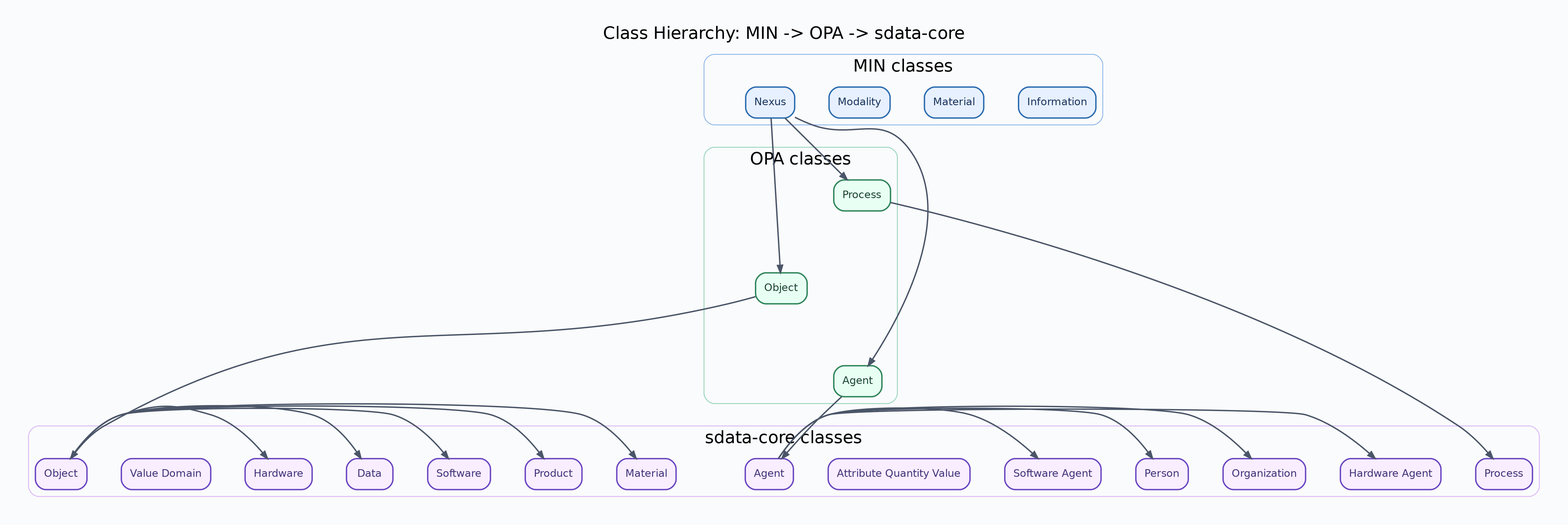
lepy/sdata-ontology keeps this Graphviz diagram as docs/diagrams/sdata-min-opa-core-hierarchy.png. Above is the earlier version. Its source is kept beside it as docs/diagrams/sdata-min-opa-core-hierarchy.dot. The source it was exported from:
```dot
digraph "" {
	graph [bgcolor="#FAFBFC",
		compound=true,
		fontname=Helvetica,
		fontsize=20,
		label="Class Hierarchy: MIN -> OPA -> sdata-core",
		labeljust=c,
		labelloc=t,
		newrank=true,
		nodesep=0.55,
		overlap=false,
		pad=0.35,
		rankdir=TB,
		ranksep=1.0,
		splines=true
	];
	node [fontname=Helvetica,
		fontsize=12,
		label="\N",
		margin="0.14,0.08",
		penwidth=1.6,
		shape=box,
		style="filled,rounded"
	];
	edge [arrowsize=0.85,
		color="#4A5568",
		fontname=Helvetica,
		penwidth=1.6
	];
	subgraph cluster_sdata {
		graph [color="#D9B8F7",
			label="sdata-core classes",
			rank=sink,
			style=rounded
		];
		"https://w3id.org/sdata/core/Agent"	[color="#6B46C1",
			fillcolor="#F8EEFF",
			fontcolor="#44337A",
			label=Agent];
		"https://w3id.org/sdata/core/AttributeQuantityValue"	[color="#6B46C1",
			fillcolor="#F8EEFF",
			fontcolor="#44337A",
			label="Attribute Quantity Value"];
		"https://w3id.org/sdata/core/Data"	[color="#6B46C1",
			fillcolor="#F8EEFF",
			fontcolor="#44337A",
			label=Data];
		"https://w3id.org/sdata/core/Hardware"	[color="#6B46C1",
			fillcolor="#F8EEFF",
			fontcolor="#44337A",
			label=Hardware];
		"https://w3id.org/sdata/core/HardwareAgent"	[color="#6B46C1",
			fillcolor="#F8EEFF",
			fontcolor="#44337A",
			label="Hardware Agent"];
		"https://w3id.org/sdata/core/Material"	[color="#6B46C1",
			fillcolor="#F8EEFF",
			fontcolor="#44337A",
			label=Material];
		"https://w3id.org/sdata/core/Object"	[color="#6B46C1",
			fillcolor="#F8EEFF",
			fontcolor="#44337A",
			label=Object];
		"https://w3id.org/sdata/core/Organization"	[color="#6B46C1",
			fillcolor="#F8EEFF",
			fontcolor="#44337A",
			label=Organization];
		"https://w3id.org/sdata/core/Person"	[color="#6B46C1",
			fillcolor="#F8EEFF",
			fontcolor="#44337A",
			label=Person];
		"https://w3id.org/sdata/core/Process"	[color="#6B46C1",
			fillcolor="#F8EEFF",
			fontcolor="#44337A",
			label=Process];
		"https://w3id.org/sdata/core/Product"	[color="#6B46C1",
			fillcolor="#F8EEFF",
			fontcolor="#44337A",
			label=Product];
		"https://w3id.org/sdata/core/Software"	[color="#6B46C1",
			fillcolor="#F8EEFF",
			fontcolor="#44337A",
			label=Software];
		"https://w3id.org/sdata/core/SoftwareAgent"	[color="#6B46C1",
			fillcolor="#F8EEFF",
			fontcolor="#44337A",
			label="Software Agent"];
		"https://w3id.org/sdata/core/ValueDomain"	[color="#6B46C1",
			fillcolor="#F8EEFF",
			fontcolor="#44337A",
			label="Value Domain"];
		__rank_anchor_sdata	[height=0.01,
			label="",
			shape=point,
			style=invis,
			width=0.01];
	}
	subgraph cluster_opa {
		graph [color="#97D5BA",
			label="OPA classes",
			style=rounded
		];
		"https://w3id.org/opa#Agent"	[color="#2F855A",
			fillcolor="#E8FFF4",
			fontcolor="#1C4532",
			label=Agent];
		"https://w3id.org/opa#Object"	[color="#2F855A",
			fillcolor="#E8FFF4",
			fontcolor="#1C4532",
			label=Object];
		"https://w3id.org/opa#Process"	[color="#2F855A",
			fillcolor="#E8FFF4",
			fontcolor="#1C4532",
			label=Process];
		__rank_anchor_opa	[height=0.01,
			label="",
			shape=point,
			style=invis,
			width=0.01];
	}
	subgraph cluster_min {
		graph [color="#8FB7EA",
			label="MIN classes",
			rank=source,
			style=rounded
		];
		"https://w3id.org/min#Information"	[color="#2B6CB0",
			fillcolor="#E7F0FF",
			fontcolor="#1A365D",
			label=Information];
		"https://w3id.org/min#Material"	[color="#2B6CB0",
			fillcolor="#E7F0FF",
			fontcolor="#1A365D",
			label=Material];
		"https://w3id.org/min#Modality"	[color="#2B6CB0",
			fillcolor="#E7F0FF",
			fontcolor="#1A365D",
			label=Modality];
		"https://w3id.org/min#Nexus"	[color="#2B6CB0",
			fillcolor="#E7F0FF",
			fontcolor="#1A365D",
			label=Nexus];
		__rank_anchor_min	[height=0.01,
			label="",
			shape=point,
			style=invis,
			width=0.01];
	}
	"https://w3id.org/min#Nexus" -> "https://w3id.org/opa#Agent";
	"https://w3id.org/min#Nexus" -> "https://w3id.org/opa#Object";
	"https://w3id.org/min#Nexus" -> "https://w3id.org/opa#Process";
	"https://w3id.org/opa#Agent" -> "https://w3id.org/sdata/core/Agent";
	"https://w3id.org/opa#Object" -> "https://w3id.org/sdata/core/Object";
	"https://w3id.org/opa#Process" -> "https://w3id.org/sdata/core/Process";
	"https://w3id.org/sdata/core/Agent" -> "https://w3id.org/sdata/core/HardwareAgent";
	"https://w3id.org/sdata/core/Agent" -> "https://w3id.org/sdata/core/Organization";
	"https://w3id.org/sdata/core/Agent" -> "https://w3id.org/sdata/core/Person";
	"https://w3id.org/sdata/core/Agent" -> "https://w3id.org/sdata/core/SoftwareAgent";
	"https://w3id.org/sdata/core/Object" -> "https://w3id.org/sdata/core/Data";
	"https://w3id.org/sdata/core/Object" -> "https://w3id.org/sdata/core/Hardware";
	"https://w3id.org/sdata/core/Object" -> "https://w3id.org/sdata/core/Material";
	"https://w3id.org/sdata/core/Object" -> "https://w3id.org/sdata/core/Product";
	"https://w3id.org/sdata/core/Object" -> "https://w3id.org/sdata/core/Software";
	__rank_anchor_min -> __rank_anchor_opa	[color="#FFFFFF",
		constraint=true,
		lhead=cluster_opa,
		ltail=cluster_min,
		minlen=2,
		style=invis,
		weight=200];
	__rank_anchor_opa -> __rank_anchor_sdata	[color="#FFFFFF",
		constraint=true,
		lhead=cluster_sdata,
		ltail=cluster_opa,
		minlen=2,
		style=invis,
		weight=200];
}
```
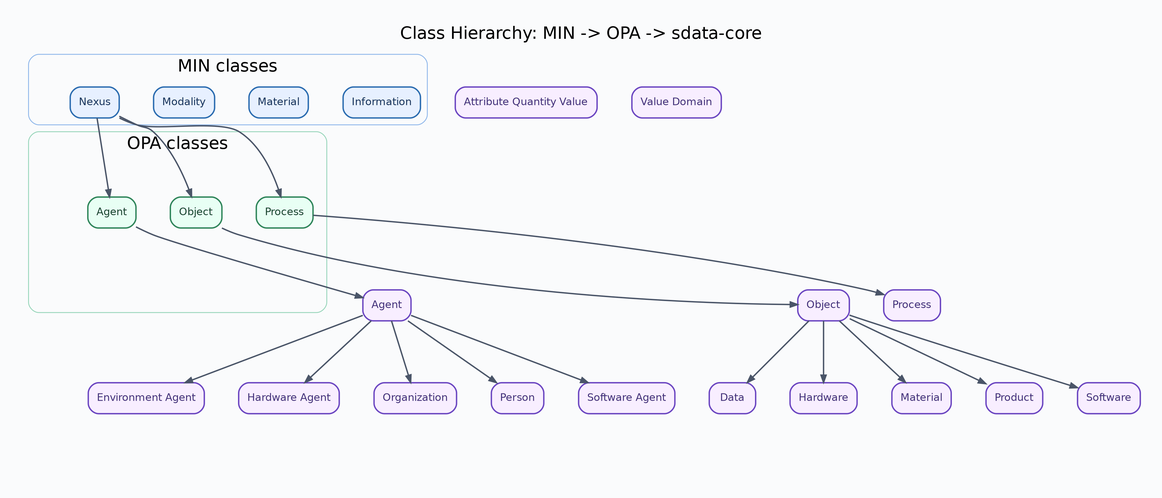
The same file after the commit.

Change to the diagram source:
```diff
@@ -27,20 +27,55 @@
 		fontname=Helvetica,
 		penwidth=1.6
 	];
-	subgraph cluster_sdata {
-		graph [color="#D9B8F7",
-			label="sdata-core classes",
-			rank=sink,
+	subgraph cluster_opa {
+		graph [color="#97D5BA",
+			label="OPA classes",
 			style=rounded
+		];
+		subgraph cluster_opa_rank {
+			graph [rank=same,
+				style=invis
+			];
+			"https://w3id.org/opa#Agent"	[color="#2F855A",
+				fillcolor="#E8FFF4",
+				fontcolor="#1C4532",
+				label=Agent];
+			"https://w3id.org/opa#Object"	[color="#2F855A",
+				fillcolor="#E8FFF4",
+				fontcolor="#1C4532",
+				label=Object];
+			"https://w3id.org/opa#Process"	[color="#2F855A",
+				fillcolor="#E8FFF4",
+				fontcolor="#1C4532",
+				label=Process];
+		}
+		__rank_anchor_opa	[height=0.01,
+			label="",
+			shape=point,
+			style=invis,
+			width=0.01];
+	}
+	subgraph sdata_rank_top {
+		graph [rank=same,
+			style=invis
 		];
 		"https://w3id.org/sdata/core/Agent"	[color="#6B46C1",
 			fillcolor="#F8EEFF",
 			fontcolor="#44337A",
 			label=Agent];
-		"https://w3id.org/sdata/core/AttributeQuantityValue"	[color="#6B46C1",
+		"https://w3id.org/sdata/core/Object"	[color="#6B46C1",
 			fillcolor="#F8EEFF",
 			fontcolor="#44337A",
-			label="Attribute Quantity Value"];
+			label=Object];
+		"https://w3id.org/sdata/core/Process"	[color="#6B46C1",
+			fillcolor="#F8EEFF",
+			fontcolor="#44337A",
+			label=Process];
+	}
+	subgraph sdata_rank_object_children {
+		graph [rank=same,
+			style=invis
+		];
 		"https://w3id.org/sdata/core/Data"	[color="#6B46C1",
 			fillcolor="#F8EEFF",
 			fontcolor="#44337A",
@@ -49,18 +84,31 @@
 			fillcolor="#F8EEFF",
 			fontcolor="#44337A",
 			label=Hardware];
+		"https://w3id.org/sdata/core/Material"	[color="#6B46C1",
+			fillcolor="#F8EEFF",
+			fontcolor="#44337A",
+			label=Material];
+		"https://w3id.org/sdata/core/Product"	[color="#6B46C1",
+			fillcolor="#F8EEFF",
+			fontcolor="#44337A",
+			label=Product];
+		"https://w3id.org/sdata/core/Software"	[color="#6B46C1",
+			fillcolor="#F8EEFF",
+			fontcolor="#44337A",
+			label=Software];
+	}
+	subgraph sdata_rank_agent_children {
+		graph [rank=same,
+			style=invis
+		];
+		"https://w3id.org/sdata/core/EnvironmentAgent"	[color="#6B46C1",
+			fillcolor="#F8EEFF",
+			fontcolor="#44337A",
+			label="Environment Agent"];
 		"https://w3id.org/sdata/core/HardwareAgent"	[color="#6B46C1",
 			fillcolor="#F8EEFF",
 			fontcolor="#44337A",
 			label="Hardware Agent"];
-		"https://w3id.org/sdata/core/Material"	[color="#6B46C1",
-			fillcolor="#F8EEFF",
-			fontcolor="#44337A",
-			label=Material];
-		"https://w3id.org/sdata/core/Object"	[color="#6B46C1",
-			fillcolor="#F8EEFF",
-			fontcolor="#44337A",
-			label=Object];
 		"https://w3id.org/sdata/core/Organization"	[color="#6B46C1",
 			fillcolor="#F8EEFF",
 			fontcolor="#44337A",
@@ -69,54 +117,23 @@
 			fillcolor="#F8EEFF",
 			fontcolor="#44337A",
 			label=Person];
-		"https://w3id.org/sdata/core/Process"	[color="#6B46C1",
-			fillcolor="#F8EEFF",
-			fontcolor="#44337A",
-			label=Process];
-		"https://w3id.org/sdata/core/Product"	[color="#6B46C1",
-			fillcolor="#F8EEFF",
-			fontcolor="#44337A",
-			label=Product];
-		"https://w3id.org/sdata/core/Software"	[color="#6B46C1",
-			fillcolor="#F8EEFF",
-			fontcolor="#44337A",
-			label=Software];
 		"https://w3id.org/sdata/core/SoftwareAgent"	[color="#6B46C1",
 			fillcolor="#F8EEFF",
 			fontcolor="#44337A",
 			label="Software Agent"];
+	}
+	subgraph sdata_rank_infra {
+		graph [rank=same,
+			style=invis
+		];
+		"https://w3id.org/sdata/core/AttributeQuantityValue"	[color="#6B46C1",
+			fillcolor="#F8EEFF",
+			fontcolor="#44337A",
+			label="Attribute Quantity Value"];
 		"https://w3id.org/sdata/core/ValueDomain"	[color="#6B46C1",
 			fillcolor="#F8EEFF",
 			fontcolor="#44337A",
 			label="Value Domain"];
-		__rank_anchor_sdata	[height=0.01,
-			label="",
-			shape=point,
-			style=invis,
-			width=0.01];
-	}
-	subgraph cluster_opa {
-		graph [color="#97D5BA",
-			label="OPA classes",
-			style=rounded
-		];
-		"https://w3id.org/opa#Agent"	[color="#2F855A",
-			fillcolor="#E8FFF4",
-			fontcolor="#1C4532",
-			label=Agent];
-		"https://w3id.org/opa#Object"	[color="#2F855A",
-			fillcolor="#E8FFF4",
-			fontcolor="#1C4532",
-			label=Object];
-		"https://w3id.org/opa#Process"	[color="#2F855A",
-			fillcolor="#E8FFF4",
-			fontcolor="#1C4532",
-			label=Process];
-		__rank_anchor_opa	[height=0.01,
-			label="",
-			shape=point,
-			style=invis,
-			width=0.01];
 	}
 	subgraph cluster_min {
 		graph [color="#8FB7EA",
@@ -152,6 +169,7 @@
 	"https://w3id.org/opa#Agent" -> "https://w3id.org/sdata/core/Agent";
 	"https://w3id.org/opa#Object" -> "https://w3id.org/sdata/core/Object";
 	"https://w3id.org/opa#Process" -> "https://w3id.org/sdata/core/Process";
+	"https://w3id.org/sdata/core/Agent" -> "https://w3id.org/sdata/core/EnvironmentAgent";
 	"https://w3id.org/sdata/core/Agent" -> "https://w3id.org/sdata/core/HardwareAgent";
 	"https://w3id.org/sdata/core/Agent" -> "https://w3id.org/sdata/core/Organization";
 	"https://w3id.org/sdata/core/Agent" -> "https://w3id.org/sdata/core/Person";
@@ -168,9 +186,13 @@
 		minlen=2,
 		style=invis,
 		weight=200];
+	__rank_anchor_sdata	[height=0.01,
+		label="",
+		shape=point,
+		style=invis,
+		width=0.01];
 	__rank_anchor_opa -> __rank_anchor_sdata	[color="#FFFFFF",
 		constraint=true,
-		lhead=cluster_sdata,
 		ltail=cluster_opa,
 		minlen=2,
 		style=invis,
```
